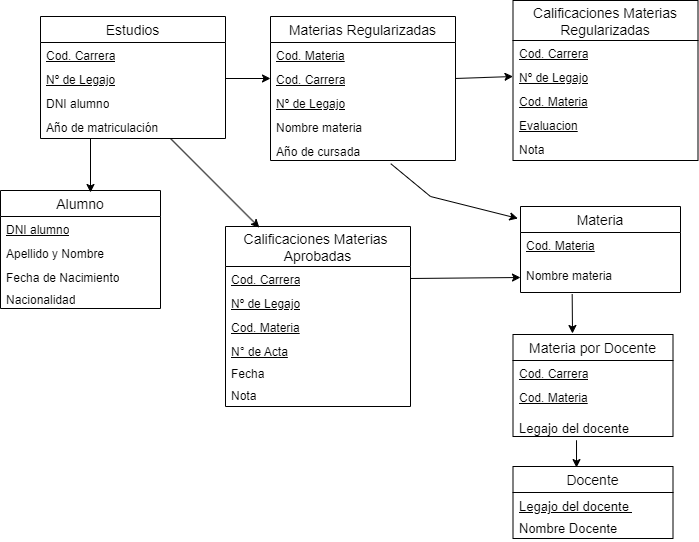
This is 2FN_ESTUDIOS.drawio.png from YasminLedesma/Diagramas, a draw.io export, as it was before one commit. Source tidied: cells renumbered, new cells last; positions are measured from the earlier drawing's top-left corner, leaving out a move shared by most shapes.
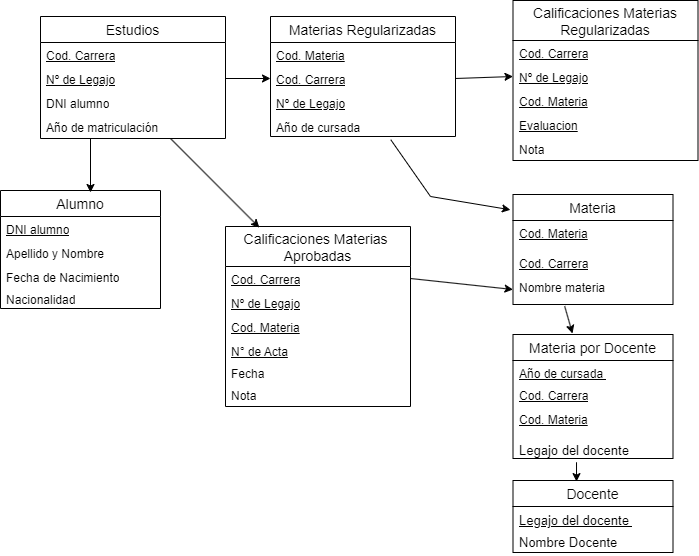
Above is the later version.

What changed in the source:
```diff
@@ -3,7 +3,7 @@
     <mxCell id="0" />
     <mxCell id="1" parent="0" />
     <mxCell id="2" value="Materias Regularizadas" style="swimlane;fontStyle=0;horizontal=1;startSize=26;align=center;fontSize=14;" parent="1" vertex="1">
-      <mxGeometry x="270" y="16" width="185" height="144" as="geometry" />
+      <mxGeometry x="270" y="16" width="185" height="120" as="geometry" />
     </mxCell>
     <mxCell id="3" value="&lt;p style=&quot;margin-top: 0cm; margin-right: 0cm; margin-bottom: 0cm;&quot; class=&quot;MsoNormal&quot;&gt;&lt;u&gt;Cod. Materia&lt;/u&gt;&lt;/p&gt;" style="text;strokeColor=none;fillColor=none;spacingLeft=4;spacingRight=4;overflow=hidden;fontSize=12;whiteSpace=wrap;html=1;" parent="2" vertex="1">
       <mxGeometry y="26" width="185" height="24" as="geometry" />
@@ -14,11 +14,8 @@
     <mxCell id="5" value="&lt;p style=&quot;margin-top: 0cm; margin-right: 0cm; margin-bottom: 0cm;&quot; class=&quot;MsoNormal&quot;&gt;&lt;u style=&quot;background-color: initial; text-indent: 35.4pt;&quot;&gt;Nº de Legajo&lt;/u&gt;&lt;br&gt;&lt;/p&gt;" style="text;strokeColor=none;fillColor=none;spacingLeft=4;spacingRight=4;overflow=hidden;fontSize=12;whiteSpace=wrap;html=1;" parent="2" vertex="1">
       <mxGeometry y="74" width="185" height="24" as="geometry" />
     </mxCell>
-    <mxCell id="6" value="&lt;p style=&quot;margin-top: 0cm; margin-right: 0cm; margin-bottom: 0cm;&quot; class=&quot;MsoNormal&quot;&gt;&lt;span style=&quot;white-space-collapse: preserve;&quot; class=&quot;selectable-text copyable-text&quot;&gt;Nombre materia &lt;/span&gt;&lt;br&gt;&lt;/p&gt;" style="text;strokeColor=none;fillColor=none;spacingLeft=4;spacingRight=4;overflow=hidden;fontSize=12;whiteSpace=wrap;html=1;" parent="2" vertex="1">
-      <mxGeometry y="98" width="185" height="24" as="geometry" />
-    </mxCell>
     <mxCell id="7" value="&lt;p style=&quot;margin-top: 0cm; margin-right: 0cm; margin-bottom: 0cm;&quot; class=&quot;MsoNormal&quot;&gt;Año de cursada&amp;nbsp;&lt;br&gt;&lt;/p&gt;" style="text;strokeColor=none;fillColor=none;spacingLeft=4;spacingRight=4;overflow=hidden;points=[[0,0.5],[1,0.5]];portConstraint=eastwest;fontSize=12;whiteSpace=wrap;html=1;" parent="2" vertex="1">
-      <mxGeometry y="122" width="185" height="22" as="geometry" />
+      <mxGeometry y="98" width="185" height="22" as="geometry" />
     </mxCell>
     <mxCell id="8" value="Estudios" style="swimlane;fontStyle=0;horizontal=1;startSize=26;align=center;fontSize=14;" parent="1" vertex="1">
       <mxGeometry x="40" y="16" width="185" height="122" as="geometry" />
@@ -81,7 +78,7 @@
       <mxGeometry relative="1" as="geometry" />
     </mxCell>
     <mxCell id="28" value="Docente" style="swimlane;fontStyle=0;horizontal=1;startSize=26;align=center;fontSize=14;" parent="1" vertex="1">
-      <mxGeometry x="512.5" y="466" width="160" height="72" as="geometry" />
+      <mxGeometry x="512.5" y="480" width="160" height="72" as="geometry" />
     </mxCell>
     <mxCell id="29" value="&lt;p class=&quot;MsoNormal&quot; style=&quot;margin-top: 0cm; margin-right: 0cm; margin-bottom: 0cm; font-size: 13px;&quot;&gt;&lt;u&gt;Legajo del docente&amp;nbsp;&lt;/u&gt;&lt;br style=&quot;font-size: 13px;&quot;&gt;&lt;/p&gt;" style="text;strokeColor=none;fillColor=none;spacingLeft=4;spacingRight=4;overflow=hidden;fontSize=13;whiteSpace=wrap;html=1;" parent="28" vertex="1">
       <mxGeometry y="26" width="160" height="22" as="geometry" />
@@ -90,13 +87,16 @@
       <mxGeometry y="48" width="160" height="24" as="geometry" />
     </mxCell>
     <mxCell id="31" value="Materia" style="swimlane;fontStyle=0;horizontal=1;startSize=26;align=center;fontSize=14;" parent="1" vertex="1">
-      <mxGeometry x="520" y="206" width="160" height="86" as="geometry" />
+      <mxGeometry x="512.5" y="194" width="160" height="110" as="geometry" />
     </mxCell>
     <mxCell id="32" value="&lt;u&gt;Cod. Materia&lt;/u&gt;" style="text;strokeColor=none;fillColor=none;spacingLeft=4;spacingRight=4;overflow=hidden;fontSize=12;whiteSpace=wrap;html=1;" parent="31" vertex="1">
       <mxGeometry y="26" width="160" height="30" as="geometry" />
     </mxCell>
+    <mxCell id="49" value="&lt;p style=&quot;margin-top: 0cm; margin-right: 0cm; margin-bottom: 0cm;&quot; class=&quot;MsoNormal&quot;&gt;&lt;u&gt;Cod. Carrera&lt;/u&gt;&lt;/p&gt;" style="text;strokeColor=none;fillColor=none;spacingLeft=4;spacingRight=4;overflow=hidden;fontSize=12;whiteSpace=wrap;html=1;" parent="31" vertex="1">
+      <mxGeometry y="56" width="160" height="24" as="geometry" />
+    </mxCell>
     <mxCell id="33" value="Nombre materia" style="text;strokeColor=none;fillColor=none;spacingLeft=4;spacingRight=4;overflow=hidden;points=[[0,0.5],[1,0.5]];portConstraint=eastwest;fontSize=12;whiteSpace=wrap;html=1;" parent="31" vertex="1">
-      <mxGeometry y="56" width="160" height="30" as="geometry" />
+      <mxGeometry y="80" width="160" height="30" as="geometry" />
     </mxCell>
     <mxCell id="34" style="endArrow=classic;html=1;rounded=0;entryX=-0.016;entryY=0.139;entryDx=0;entryDy=0;entryPerimeter=0;exitX=0.65;exitY=1.145;exitDx=0;exitDy=0;exitPerimeter=0;" parent="1" edge="1" source="7" target="31">
       <mxGeometry relative="1" as="geometry">
@@ -109,16 +109,19 @@
       <mxGeometry relative="1" as="geometry" />
     </mxCell>
     <mxCell id="36" value="Materia por Docente" style="swimlane;fontStyle=0;horizontal=1;startSize=26;align=center;fontSize=14;" parent="1" vertex="1">
-      <mxGeometry x="512.5" y="334" width="160" height="102" as="geometry" />
+      <mxGeometry x="512.5" y="334" width="160" height="124" as="geometry" />
     </mxCell>
+    <mxCell id="50" value="&lt;p style=&quot;margin-top: 0cm; margin-right: 0cm; margin-bottom: 0cm;&quot; class=&quot;MsoNormal&quot;&gt;&lt;u&gt;Año de cursada&amp;nbsp;&lt;/u&gt;&lt;br&gt;&lt;/p&gt;" style="text;strokeColor=none;fillColor=none;spacingLeft=4;spacingRight=4;overflow=hidden;fontSize=12;whiteSpace=wrap;html=1;" parent="36" vertex="1">
+      <mxGeometry y="26" width="160" height="22" as="geometry" />
+    </mxCell>
     <mxCell id="37" value="&lt;p style=&quot;margin-top: 0cm; margin-right: 0cm; margin-bottom: 0cm;&quot; class=&quot;MsoNormal&quot;&gt;&lt;u&gt;Cod. Carrera&lt;/u&gt;&lt;/p&gt;" style="text;strokeColor=none;fillColor=none;spacingLeft=4;spacingRight=4;overflow=hidden;fontSize=12;whiteSpace=wrap;html=1;" parent="36" vertex="1">
-      <mxGeometry y="26" width="160" height="24" as="geometry" />
+      <mxGeometry y="48" width="160" height="24" as="geometry" />
     </mxCell>
     <mxCell id="38" value="&lt;u&gt;Cod. Materia&lt;/u&gt;" style="text;strokeColor=none;fillColor=none;spacingLeft=4;spacingRight=4;overflow=hidden;fontSize=12;whiteSpace=wrap;html=1;" parent="36" vertex="1">
-      <mxGeometry y="50" width="160" height="30" as="geometry" />
+      <mxGeometry y="72" width="160" height="30" as="geometry" />
     </mxCell>
     <mxCell id="39" value="&lt;p class=&quot;MsoNormal&quot; style=&quot;margin-top: 0cm; margin-right: 0cm; margin-bottom: 0cm; font-size: 13px;&quot;&gt;Legajo del docente&amp;nbsp;&lt;br style=&quot;font-size: 13px;&quot;&gt;&lt;/p&gt;" style="text;strokeColor=none;fillColor=none;spacingLeft=4;spacingRight=4;overflow=hidden;points=[[0,0.5],[1,0.5]];portConstraint=eastwest;fontSize=13;whiteSpace=wrap;html=1;" parent="36" vertex="1">
-      <mxGeometry y="80" width="160" height="22" as="geometry" />
+      <mxGeometry y="102" width="160" height="22" as="geometry" />
     </mxCell>
     <mxCell id="40" style="endArrow=classic;html=1;rounded=0;exitX=0.323;exitY=1.056;exitDx=0;exitDy=0;exitPerimeter=0;" parent="1" edge="1" source="33">
       <mxGeometry relative="1" as="geometry">
```
